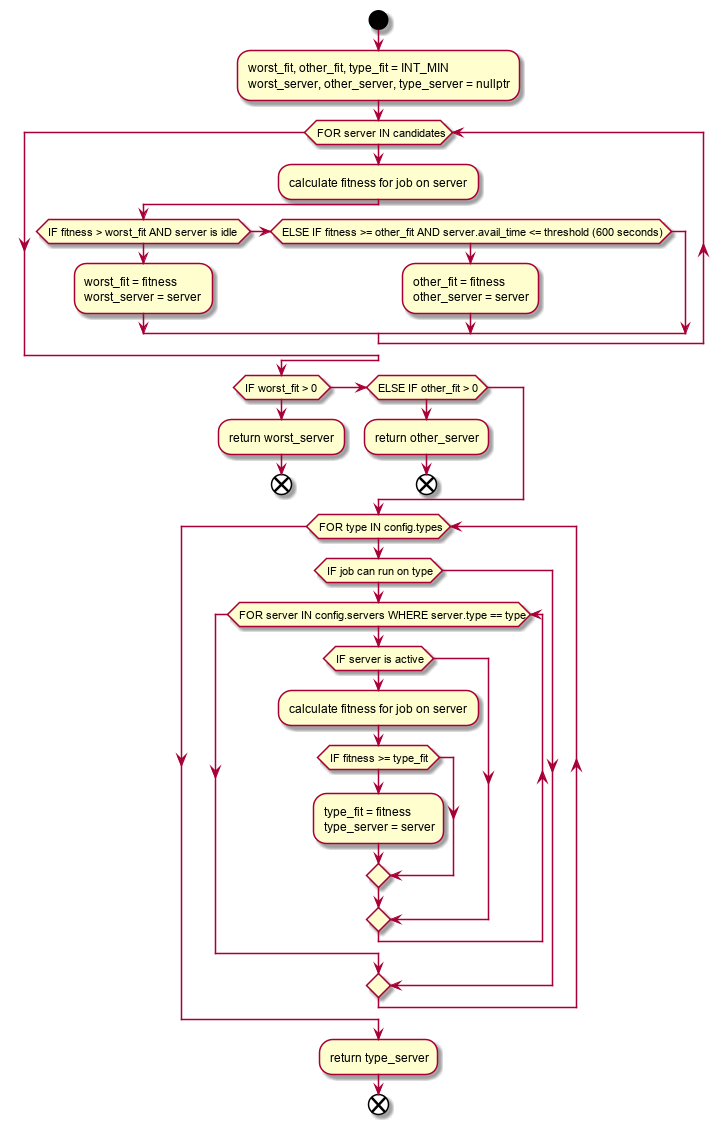
eabrahams/comp335-group-project keeps this PlantUML diagram as docs/worst_fit_flowchart.png. Above is the earlier version.
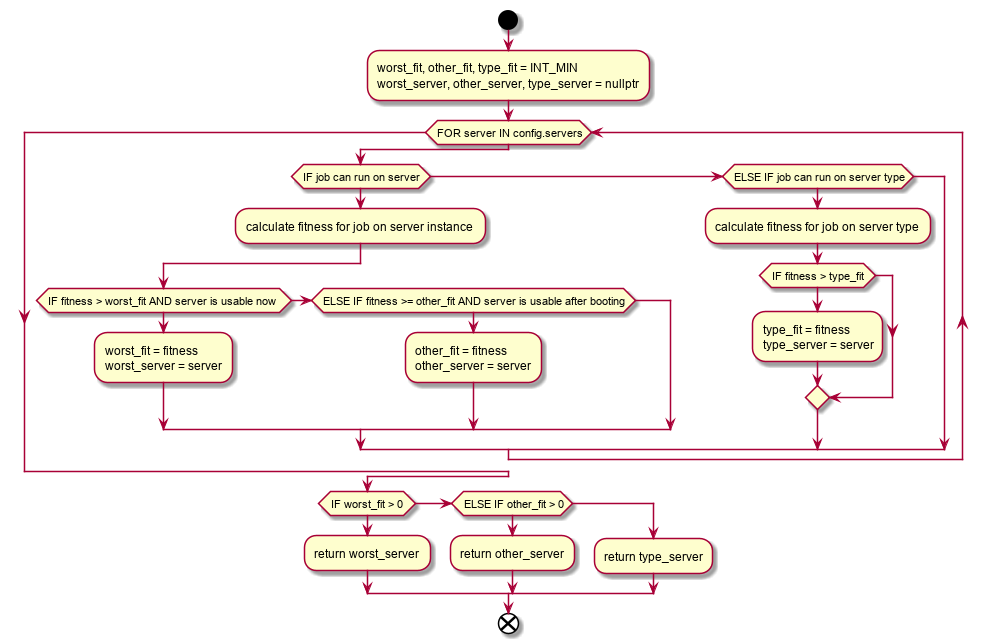
After the commit.

The edit, as a diff of the source:
```diff
@@ -4,38 +4,32 @@
 :worst_fit, other_fit, type_fit = INT_MIN
 worst_server, other_server, type_server = nullptr;
 
-while (FOR server IN candidates)
-	:calculate fitness for job on server;
-	if (IF fitness > worst_fit AND server is idle)
-		:worst_fit = fitness
-		worst_server = server;
-	else if(ELSE IF fitness >= other_fit AND server.avail_time <= threshold (600 seconds))
-		:other_fit = fitness
-		other_server = server;
+while (FOR server IN config.servers)
+	if(IF job can run on server)
+		:calculate fitness for job on server instance;
+		if(IF fitness > worst_fit AND server is usable now)
+			:worst_fit = fitness
+			worst_server = server;
+		else if(ELSE IF fitness >= other_fit AND server is usable after booting)
+			:other_fit = fitness
+			other_server = server;
+		endif
+	else if(ELSE IF job can run on server type)
+		:calculate fitness for job on server type;
+		if(IF fitness > type_fit)
+			:type_fit = fitness
+			type_server = server;
+		endif
 	endif
 endwhile
 
 if(IF worst_fit > 0)
 	:return worst_server;
-	end
 else if(ELSE IF other_fit > 0)
 	:return other_server;
-	end
+else
+	:return type_server;
 endif
 
-while(FOR type IN config.types)
-	if(IF job can run on type)
-		while(FOR server IN config.servers WHERE server.type == type)
-			if(IF server is active)
-				:calculate fitness for job on server;
-				if(IF fitness >= type_fit)
-					:type_fit = fitness
-					type_server = server;
-				endif
-			endif
-		endwhile
-	endif
-endwhile
-:return type_server;
 end
 @enduml
```
